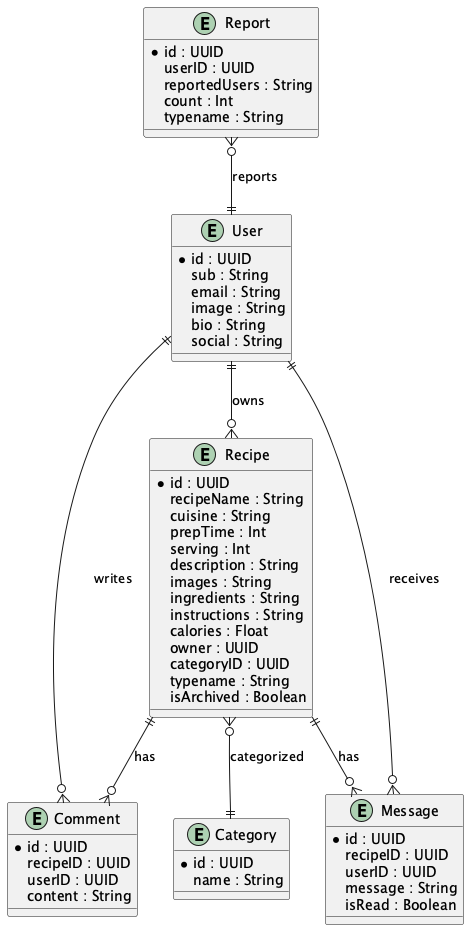
sharanggupta/BookWorm keeps this PlantUML diagram as diagrams/er-diagram.png. Above is the earlier version. The source it was exported from:
```plantuml
@startuml
entity User {
  *id : UUID
  sub : String
  email : String
  image : String
  bio : String
  social : String
}
entity Recipe {
  *id : UUID
  recipeName : String
  cuisine : String
  prepTime : Int
  serving : Int
  description : String
  images : String
  ingredients : String
  instructions : String
  calories : Float
  owner : UUID
  categoryID : UUID
  typename : String
  isArchived : Boolean
}
entity Comment {
  *id : UUID
  recipeID : UUID
  userID : UUID
  content : String
}
entity Category {
  *id : UUID
  name : String
}
entity Report {
  *id : UUID
  userID : UUID
  reportedUsers : String
  count : Int
  typename : String
}
entity Message {
  *id : UUID
  recipeID : UUID
  userID : UUID
  message : String
  isRead : Boolean
}
User ||--o{ Recipe : owns
User ||--o{ Comment : writes
User ||--o{ Message : receives
Recipe ||--o{ Comment : has
Recipe ||--o{ Message : has
Recipe }o--|| Category : categorized
Report }o--|| User : reports
@enduml
```
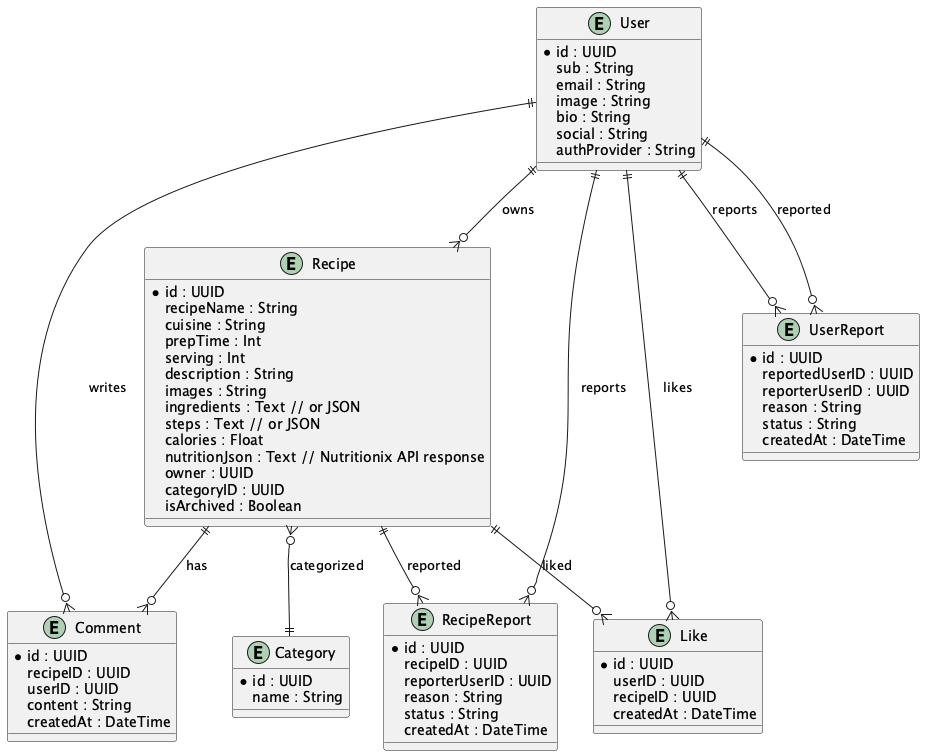
Later version of the same file.

Change to the diagram source:
```diff
@@ -6,6 +6,7 @@
   image : String
   bio : String
   social : String
+  authProvider : String
 }
 entity Recipe {
   *id : UUID
@@ -15,12 +16,12 @@
   serving : Int
   description : String
   images : String
-  ingredients : String
-  instructions : String
+  ingredients : Text // or JSON
+  steps : Text // or JSON
   calories : Float
+  nutritionJson : Text // Nutritionix API response
   owner : UUID
   categoryID : UUID
-  typename : String
   isArchived : Boolean
 }
 entity Comment {
@@ -28,30 +29,42 @@
   recipeID : UUID
   userID : UUID
   content : String
+  createdAt : DateTime
 }
 entity Category {
   *id : UUID
   name : String
 }
-entity Report {
+entity Like {
   *id : UUID
   userID : UUID
-  reportedUsers : String
-  count : Int
-  typename : String
+  recipeID : UUID
+  createdAt : DateTime
 }
-entity Message {
+entity RecipeReport {
   *id : UUID
   recipeID : UUID
-  userID : UUID
-  message : String
-  isRead : Boolean
+  reporterUserID : UUID
+  reason : String
+  status : String
+  createdAt : DateTime
+}
+entity UserReport {
+  *id : UUID
+  reportedUserID : UUID
+  reporterUserID : UUID
+  reason : String
+  status : String
+  createdAt : DateTime
 }
 User ||--o{ Recipe : owns
 User ||--o{ Comment : writes
-User ||--o{ Message : receives
+User ||--o{ Like : likes
+User ||--o{ RecipeReport : reports
+User ||--o{ UserReport : reports
 Recipe ||--o{ Comment : has
-Recipe ||--o{ Message : has
+Recipe ||--o{ Like : liked
+Recipe ||--o{ RecipeReport : reported
 Recipe }o--|| Category : categorized
-Report }o--|| User : reports
+UserReport }o--|| User : reported
 @enduml
```
